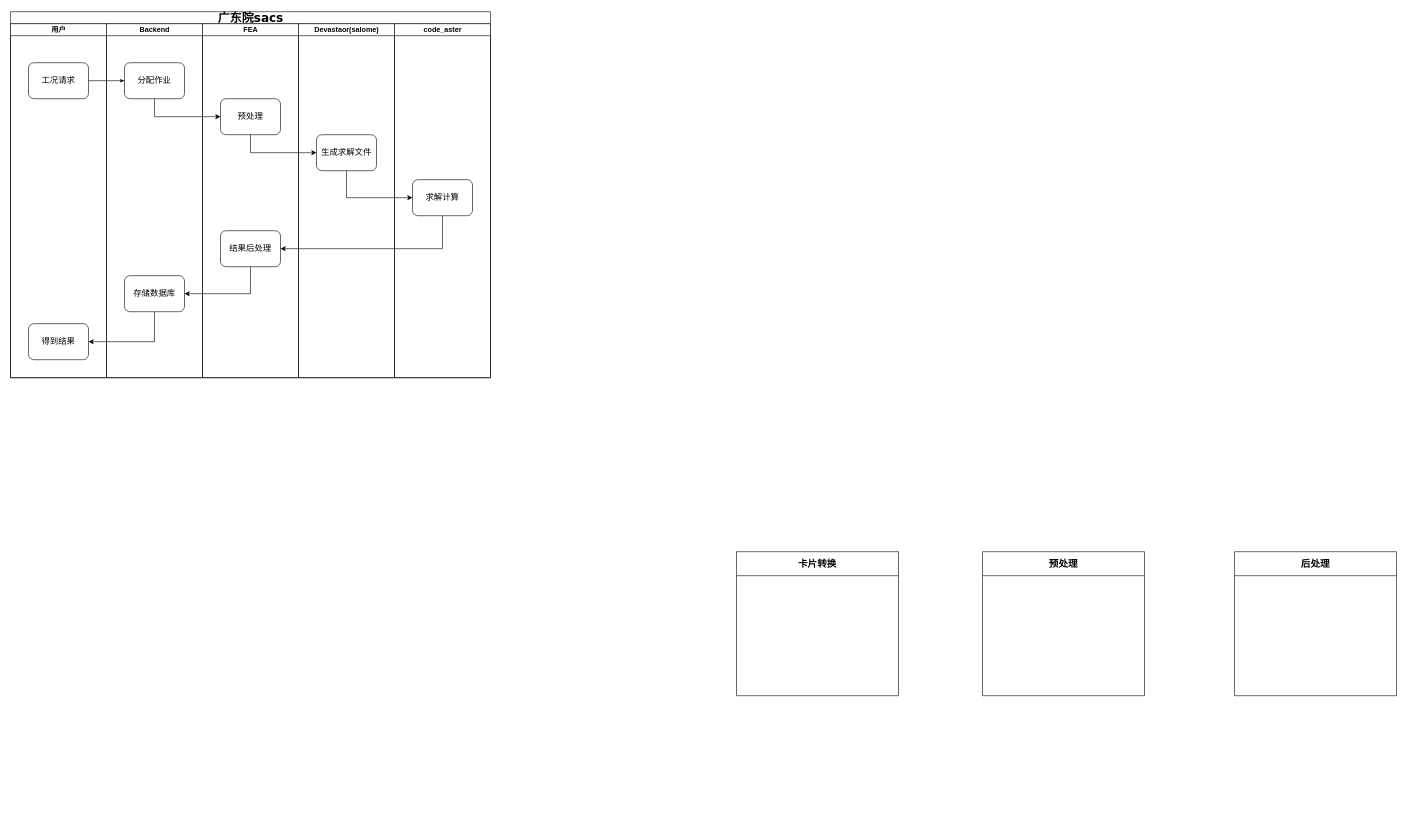
The draw.io diagram gdy_流程.drawio in Harekaze-Misakiakeno/uml, before the edit. Source tidied: cells renumbered, new cells numbered last; positions are measured from the earlier drawing's top-left corner, leaving out a move shared by most shapes. Both pictures are drawn from the tidied source at 60%, with x=0, y=0 at pixel (10, 11).
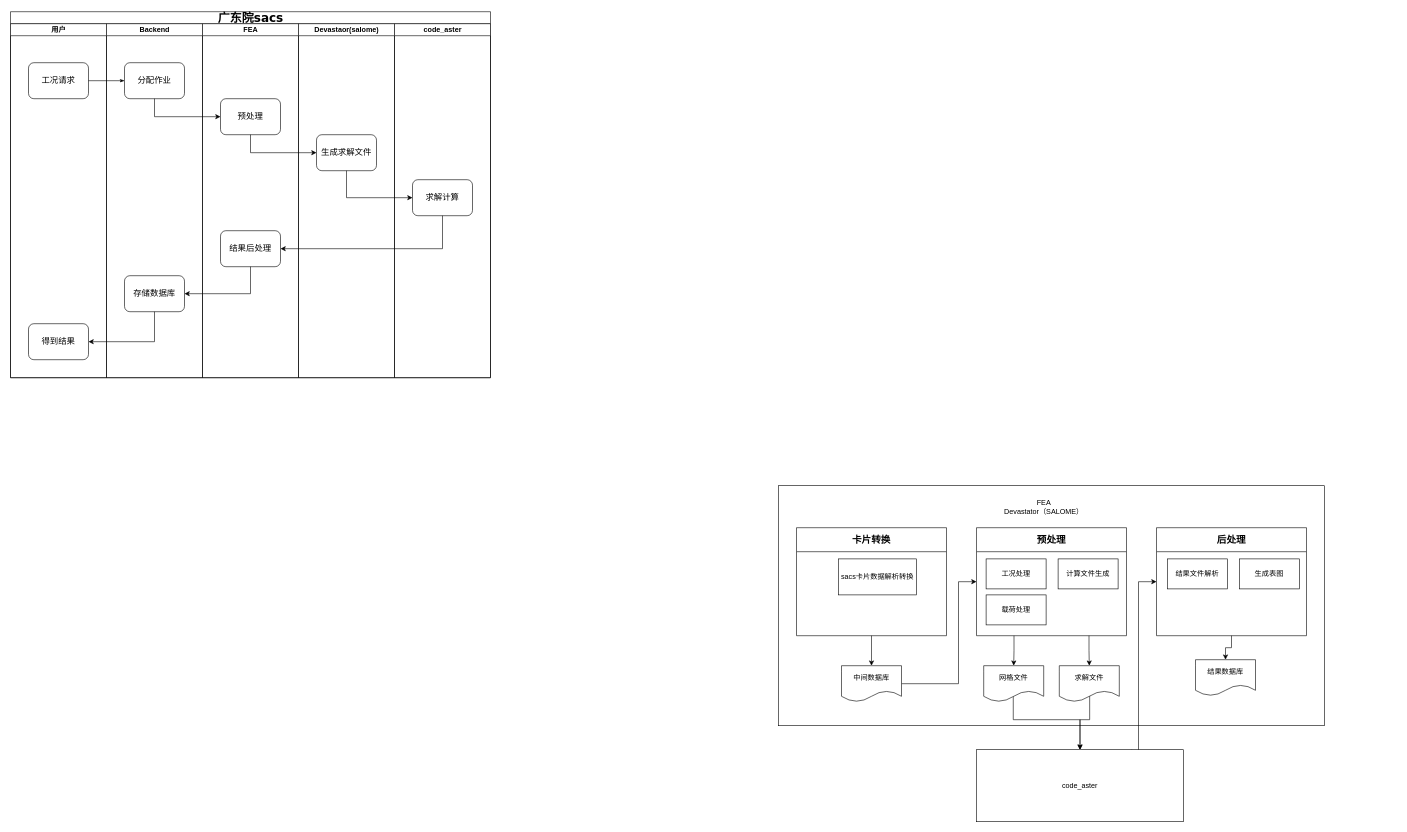
Above is the later version.

Change to the diagram source:
```diff
@@
+    <mxCell id="26" style="rounded=0;whiteSpace=wrap;html=1;" parent="1" vertex="1">
+      <mxGeometry x="1280" y="790" width="910" height="400" as="geometry" />
+    </mxCell>
@@
+    <mxCell id="27" style="edgeStyle=orthogonalEdgeStyle;rounded=0;jettySize=auto;html=1;exitX=0.5;exitY=1;exitDx=0;exitDy=0;entryX=0.5;entryY=0;entryDx=0;entryDy=0;" parent="1" edge="1" source="23" target="37">
+      <mxGeometry relative="1" as="geometry" />
+    </mxCell>
     <mxCell id="23" value="卡片转换" style="swimlane;whiteSpace=wrap;html=1;startSize=40;fontSize=16;" parent="1" vertex="1">
-      <mxGeometry x="1210" y="900" width="270" height="240" as="geometry" />
+      <mxGeometry x="1310" y="860" width="250" height="180" as="geometry" />
     </mxCell>
+    <mxCell id="28" value="sacs卡片数据解析转换" style="rounded=0;whiteSpace=wrap;html=1;flipV=0;flipH=1;" parent="23" vertex="1">
+      <mxGeometry x="70" y="52" width="130" height="60" as="geometry" />
+    </mxCell>
+    <mxCell id="29" style="edgeStyle=orthogonalEdgeStyle;rounded=0;jettySize=auto;html=1;exitX=0.25;exitY=1;exitDx=0;exitDy=0;entryX=0.5;entryY=0;entryDx=0;entryDy=0;" parent="1" edge="1" source="24" target="39">
+      <mxGeometry relative="1" as="geometry" />
+    </mxCell>
     <mxCell id="24" value="预处理" style="swimlane;whiteSpace=wrap;html=1;startSize=40;fontSize=16;" parent="1" vertex="1">
-      <mxGeometry x="1620" y="900" width="270" height="240" as="geometry" />
+      <mxGeometry x="1610" y="860" width="250" height="180" as="geometry" />
     </mxCell>
+    <mxCell id="30" value="载荷处理" style="rounded=0;whiteSpace=wrap;html=1;" parent="24" vertex="1">
+      <mxGeometry x="16" y="112" width="100" height="50" as="geometry" />
+    </mxCell>
+    <mxCell id="31" value="工况处理" style="rounded=0;whiteSpace=wrap;html=1;flipV=0;flipH=1;" parent="24" vertex="1">
+      <mxGeometry x="16" y="52" width="100" height="50" as="geometry" />
+    </mxCell>
+    <mxCell id="32" value="计算文件生成" style="rounded=0;whiteSpace=wrap;html=1;flipV=0;flipH=1;" parent="24" vertex="1">
+      <mxGeometry x="136" y="52" width="100" height="50" as="geometry" />
+    </mxCell>
+    <mxCell id="33" style="edgeStyle=orthogonalEdgeStyle;rounded=0;jettySize=auto;html=1;exitX=0.5;exitY=1;exitDx=0;exitDy=0;entryX=0.5;entryY=0;entryDx=0;entryDy=0;" parent="1" edge="1" source="25" target="42">
+      <mxGeometry relative="1" as="geometry" />
+    </mxCell>
     <mxCell id="25" value="后处理" style="swimlane;whiteSpace=wrap;html=1;startSize=40;fontSize=16;" parent="1" vertex="1">
-      <mxGeometry x="2040" y="900" width="270" height="240" as="geometry" />
+      <mxGeometry x="1910" y="860" width="250" height="180" as="geometry" />
     </mxCell>
+    <mxCell id="34" value="结果文件解析" style="rounded=0;whiteSpace=wrap;html=1;flipV=0;flipH=1;" parent="25" vertex="1">
+      <mxGeometry x="18" y="52" width="100" height="50" as="geometry" />
+    </mxCell>
+    <mxCell id="35" value="生成表图" style="rounded=0;whiteSpace=wrap;html=1;flipV=0;flipH=1;" parent="25" vertex="1">
+      <mxGeometry x="138" y="52" width="100" height="50" as="geometry" />
+    </mxCell>
+    <mxCell id="36" style="edgeStyle=orthogonalEdgeStyle;rounded=0;jettySize=auto;html=1;entryX=0;entryY=0.5;entryDx=0;entryDy=0;" parent="1" edge="1" source="37" target="24">
+      <mxGeometry relative="1" as="geometry">
+        <Array as="points">
+          <mxPoint x="1580" y="1120" />
+          <mxPoint x="1580" y="950" />
+        </Array>
+      </mxGeometry>
+    </mxCell>
+    <mxCell id="37" value="中间数据库" style="shape=document;whiteSpace=wrap;html=1;boundedLbl=1;" parent="1" vertex="1">
+      <mxGeometry x="1385" y="1090" width="100" height="60" as="geometry" />
+    </mxCell>
+    <mxCell id="38" style="edgeStyle=orthogonalEdgeStyle;rounded=0;jettySize=auto;html=1;entryX=0.5;entryY=0;entryDx=0;entryDy=0;exitX=0.493;exitY=0.842;exitDx=0;exitDy=0;exitPerimeter=0;" parent="1" edge="1" source="39" target="46">
+      <mxGeometry relative="1" as="geometry">
+        <Array as="points">
+          <mxPoint x="1671" y="1180" />
+          <mxPoint x="1782" y="1180" />
+        </Array>
+      </mxGeometry>
+    </mxCell>
+    <mxCell id="39" value="网格文件" style="shape=document;whiteSpace=wrap;html=1;boundedLbl=1;" parent="1" vertex="1">
+      <mxGeometry x="1622" y="1090" width="100" height="60" as="geometry" />
+    </mxCell>
+    <mxCell id="40" style="edgeStyle=orthogonalEdgeStyle;rounded=0;jettySize=auto;html=1;entryX=0.5;entryY=0;entryDx=0;entryDy=0;exitX=0.506;exitY=0.828;exitDx=0;exitDy=0;exitPerimeter=0;" parent="1" edge="1" source="41" target="46">
+      <mxGeometry relative="1" as="geometry">
+        <Array as="points">
+          <mxPoint x="1799" y="1180" />
+          <mxPoint x="1782" y="1180" />
+        </Array>
+      </mxGeometry>
+    </mxCell>
+    <mxCell id="41" value="求解文件" style="shape=document;whiteSpace=wrap;html=1;boundedLbl=1;" parent="1" vertex="1">
+      <mxGeometry x="1748" y="1090" width="100" height="60" as="geometry" />
+    </mxCell>
+    <mxCell id="42" value="结果数据库" style="shape=document;whiteSpace=wrap;html=1;boundedLbl=1;" parent="1" vertex="1">
+      <mxGeometry x="1975" y="1080" width="100" height="60" as="geometry" />
+    </mxCell>
+    <mxCell id="43" style="edgeStyle=orthogonalEdgeStyle;rounded=0;jettySize=auto;html=1;exitX=0.75;exitY=1;exitDx=0;exitDy=0;entryX=0.5;entryY=0;entryDx=0;entryDy=0;" parent="1" edge="1" source="24" target="41">
+      <mxGeometry relative="1" as="geometry" />
+    </mxCell>
+    <mxCell id="44" value="FEA&lt;div&gt;Devastator（SALOME）&lt;/div&gt;" style="text;html=1;align=center;verticalAlign=middle;whiteSpace=wrap;rounded=0;" parent="1" vertex="1">
+      <mxGeometry x="1580" y="800" width="285" height="50" as="geometry" />
+    </mxCell>
+    <mxCell id="45" style="edgeStyle=orthogonalEdgeStyle;rounded=0;jettySize=auto;html=1;exitX=0.75;exitY=0;exitDx=0;exitDy=0;entryX=0;entryY=0.5;entryDx=0;entryDy=0;" parent="1" edge="1" source="46" target="25">
+      <mxGeometry relative="1" as="geometry">
+        <Array as="points">
+          <mxPoint x="1880" y="1240" />
+          <mxPoint x="1880" y="950" />
+        </Array>
+      </mxGeometry>
+    </mxCell>
+    <mxCell id="46" value="code_aster" style="rounded=0;whiteSpace=wrap;html=1;" parent="1" vertex="1">
+      <mxGeometry x="1610" y="1230" width="345" height="120" as="geometry" />
+    </mxCell>
```
